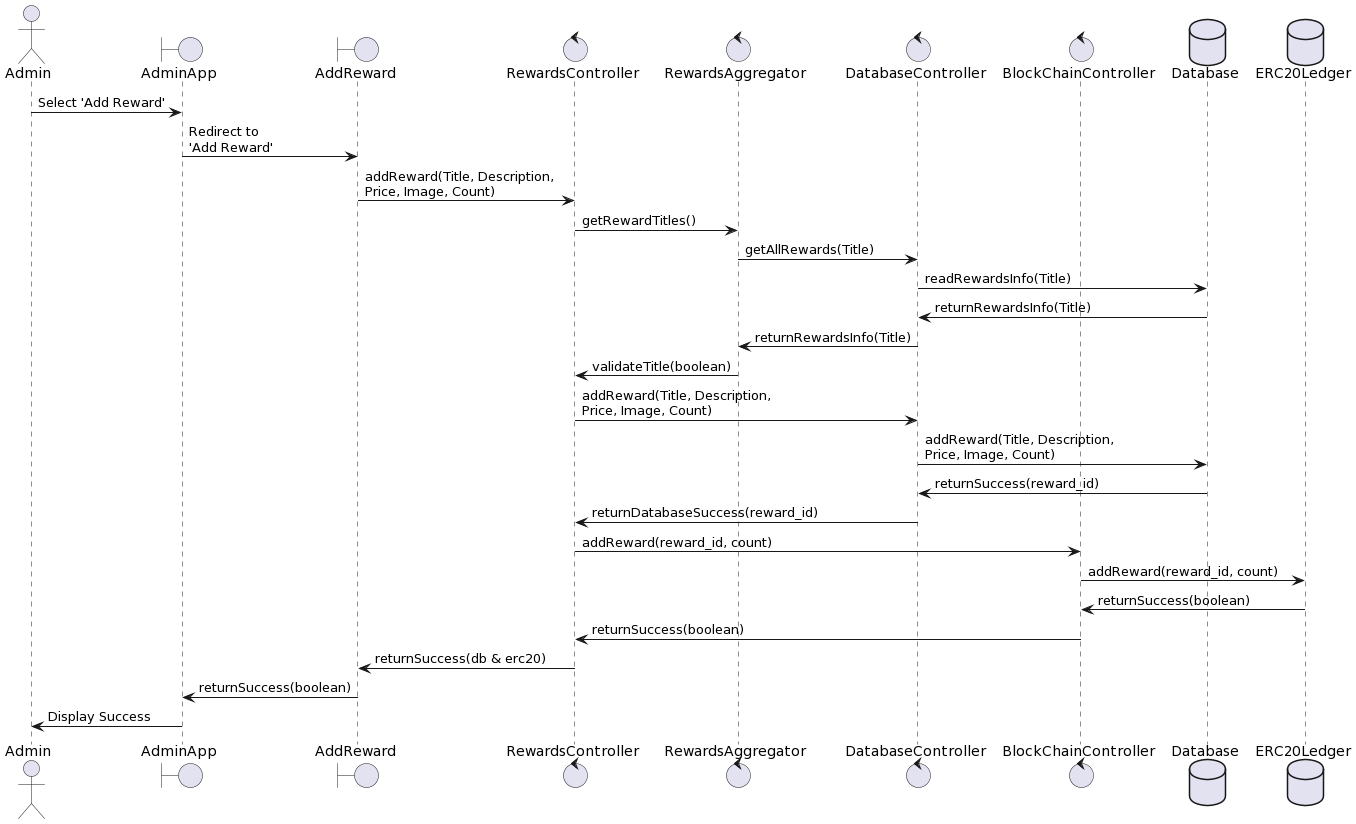
Tamong/TFS keeps this PlantUML diagram as Admin_AddReward.png. Above is the earlier version.
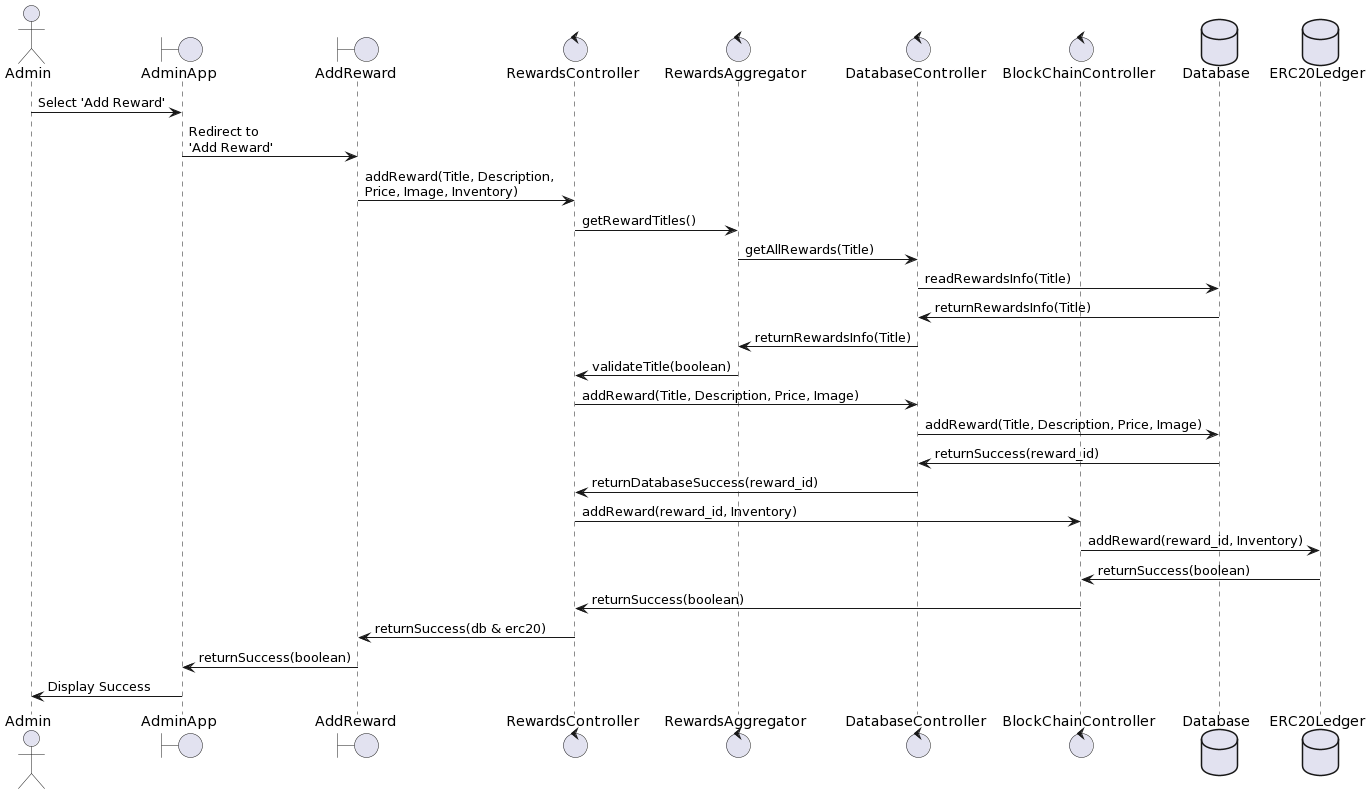
The same file after the commit.

Change to the diagram source:
```diff
@@ -14,7 +14,7 @@
 Admin -> AdminApp: Select 'Add Reward'
 AdminApp -> AddReward: Redirect to \n'Add Reward'
 
-AddReward -> RewardsController : addReward(Title, Description, \nPrice, Image, Count)
+AddReward -> RewardsController : addReward(Title, Description, \nPrice, Image, Inventory)
 
 RewardsController -> RewardsAggregator : getRewardTitles()
 RewardsAggregator -> DatabaseController: getAllRewards(Title)
@@ -24,13 +24,13 @@
 RewardsAggregator -> RewardsController : validateTitle(boolean)
 
 
-RewardsController -> DatabaseController: addReward(Title, Description, \nPrice, Image, Count)
-DatabaseController-> Database: addReward(Title, Description, \nPrice, Image, Count)
+RewardsController -> DatabaseController: addReward(Title, Description, Price, Image)
+DatabaseController-> Database: addReward(Title, Description, Price, Image)
 Database-> DatabaseController: returnSuccess(reward_id)
 DatabaseController-> RewardsController : returnDatabaseSuccess(reward_id)
 
-RewardsController -> BlockChainController : addReward(reward_id, count)
-BlockChainController -> ERC20Ledger : addReward(reward_id, count)
+RewardsController -> BlockChainController : addReward(reward_id, Inventory)
+BlockChainController -> ERC20Ledger : addReward(reward_id, Inventory)
 
 ERC20Ledger -> BlockChainController : returnSuccess(boolean)
 BlockChainController -> RewardsController : returnSuccess(boolean)
```
